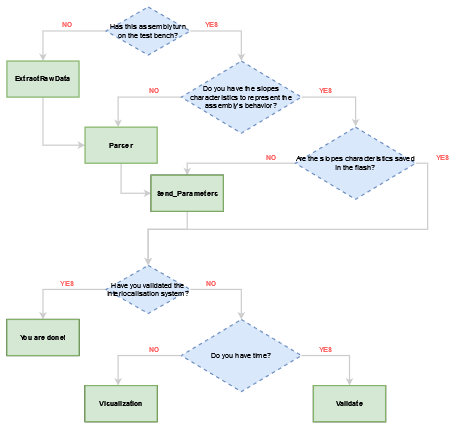
SwarmUS/TestBench-Python keeps this draw.io diagram as img/calibration_flow.png. Above is the earlier version. Source tidied: cells renumbered, new cells last; positions are measured from the earlier drawing's top-left corner, leaving out a move shared by most shapes.
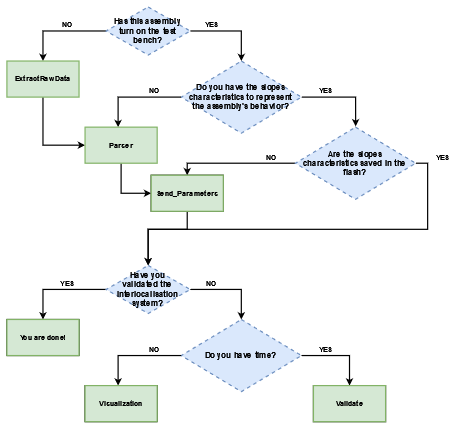
Above is the later version.

Change to the diagram source:
```diff
@@ -2,54 +2,54 @@
   <root>
     <mxCell id="0" />
     <mxCell id="1" parent="0" />
-    <mxCell id="2" style="edgeStyle=orthogonalEdgeStyle;rounded=0;jettySize=auto;html=1;entryX=0.5;entryY=0;entryDx=0;entryDy=0;strokeWidth=2;strokeColor=#CCCCCC;" parent="1" edge="1" source="4" target="6">
+    <mxCell id="2" style="edgeStyle=orthogonalEdgeStyle;rounded=0;jettySize=auto;html=1;entryX=0.5;entryY=0;entryDx=0;entryDy=0;strokeWidth=2;strokeColor=#000000;fontColor=#000000;" parent="1" edge="1" source="4" target="6">
       <mxGeometry relative="1" as="geometry" />
     </mxCell>
-    <mxCell id="3" style="edgeStyle=orthogonalEdgeStyle;rounded=0;jettySize=auto;html=1;exitX=1;exitY=0.5;exitDx=0;exitDy=0;strokeWidth=2;strokeColor=#CCCCCC;" parent="1" edge="1" source="4">
+    <mxCell id="3" style="edgeStyle=orthogonalEdgeStyle;rounded=0;jettySize=auto;html=1;exitX=1;exitY=0.5;exitDx=0;exitDy=0;strokeWidth=2;strokeColor=#000000;fontColor=#000000;" parent="1" edge="1" source="4">
       <mxGeometry relative="1" as="geometry">
         <mxPoint x="390" y="90" as="targetPoint" />
       </mxGeometry>
     </mxCell>
-    <mxCell id="4" value="Has this assembly turn on the test bench?" style="rhombus;whiteSpace=wrap;html=1;dashed=1;strokeWidth=2;fillColor=#dae8fc;strokeColor=#6c8ebf;" parent="1" vertex="1">
+    <mxCell id="4" value="Has this assembly turn on the test bench?" style="rhombus;dashed=1;strokeWidth=2;fillColor=#dae8fc;strokeColor=#6c8ebf;fontStyle=1;verticalAlign=middle;fontSize=13;html=1;whiteSpace=wrap;spacingLeft=10;spacingRight=12;fontColor=#000000;" parent="1" vertex="1">
       <mxGeometry x="165" width="140" height="80" as="geometry" />
     </mxCell>
-    <mxCell id="5" style="edgeStyle=orthogonalEdgeStyle;rounded=0;jettySize=auto;html=1;exitX=0.5;exitY=1;exitDx=0;exitDy=0;entryX=0;entryY=0.5;entryDx=0;entryDy=0;strokeWidth=2;strokeColor=#CCCCCC;" parent="1" edge="1" source="6" target="15">
+    <mxCell id="5" style="edgeStyle=orthogonalEdgeStyle;rounded=0;jettySize=auto;html=1;exitX=0.5;exitY=1;exitDx=0;exitDy=0;entryX=0;entryY=0.5;entryDx=0;entryDy=0;strokeWidth=2;strokeColor=#000000;fontColor=#000000;" parent="1" edge="1" source="6" target="15">
       <mxGeometry relative="1" as="geometry" />
     </mxCell>
-    <mxCell id="6" value="ExtractRawData" style="rounded=0;whiteSpace=wrap;html=1;strokeWidth=2;fontStyle=1;fillColor=#d5e8d4;strokeColor=#82b366;" parent="1" vertex="1">
+    <mxCell id="6" value="ExtractRawData" style="rounded=0;whiteSpace=wrap;html=1;strokeWidth=2;fontStyle=1;fillColor=#d5e8d4;strokeColor=#82b366;fontColor=#000000;" parent="1" vertex="1">
       <mxGeometry y="90" width="120" height="60" as="geometry" />
     </mxCell>
-    <mxCell id="7" value="NO" style="text;html=1;align=center;verticalAlign=middle;strokeColor=none;fillColor=none;fontColor=#FF6666;fontStyle=1;" parent="1" vertex="1">
+    <mxCell id="7" value="NO" style="text;html=1;align=center;verticalAlign=middle;strokeColor=none;fillColor=none;fontColor=#000000;fontStyle=1;" parent="1" vertex="1">
       <mxGeometry x="85" y="20" width="30" height="20" as="geometry" />
     </mxCell>
-    <mxCell id="8" value="YES" style="text;html=1;align=center;verticalAlign=middle;strokeColor=none;fillColor=none;fontColor=#FF6666;fontStyle=1;" parent="1" vertex="1">
+    <mxCell id="8" value="YES" style="text;html=1;align=center;verticalAlign=middle;strokeColor=none;fillColor=none;fontColor=#000000;fontStyle=1;" parent="1" vertex="1">
       <mxGeometry x="320" y="20" width="40" height="20" as="geometry" />
     </mxCell>
-    <mxCell id="9" style="edgeStyle=orthogonalEdgeStyle;rounded=0;jettySize=auto;html=1;exitX=1;exitY=0.5;exitDx=0;exitDy=0;entryX=0.501;entryY=-0.011;entryDx=0;entryDy=0;entryPerimeter=0;strokeWidth=2;strokeColor=#CCCCCC;" parent="1" edge="1" source="10" target="18">
+    <mxCell id="9" style="edgeStyle=orthogonalEdgeStyle;rounded=0;jettySize=auto;html=1;exitX=1;exitY=0.5;exitDx=0;exitDy=0;entryX=0.501;entryY=-0.011;entryDx=0;entryDy=0;entryPerimeter=0;strokeWidth=2;strokeColor=#000000;fontColor=#000000;" parent="1" edge="1" source="10" target="18">
       <mxGeometry relative="1" as="geometry" />
     </mxCell>
-    <mxCell id="10" value="Do you have the slopes characteristics to represent the assembly's behavior?" style="rhombus;whiteSpace=wrap;html=1;dashed=1;strokeWidth=2;fillColor=#dae8fc;strokeColor=#6c8ebf;" parent="1" vertex="1">
+    <mxCell id="10" value="Do you have the slopes characteristics to represent the assembly's behavior?" style="rhombus;dashed=1;strokeWidth=2;fillColor=#dae8fc;strokeColor=#6c8ebf;fontStyle=1;verticalAlign=middle;fontSize=13;html=1;whiteSpace=wrap;spacingLeft=10;spacingRight=12;fontColor=#000000;" parent="1" vertex="1">
       <mxGeometry x="290" y="90" width="200" height="120" as="geometry" />
     </mxCell>
-    <mxCell id="11" style="edgeStyle=orthogonalEdgeStyle;rounded=0;orthogonalLoop=1;jettySize=auto;html=1;entryX=0.5;entryY=0;entryDx=0;entryDy=0;strokeWidth=2;strokeColor=#CCCCCC;" parent="1" edge="1">
+    <mxCell id="11" style="edgeStyle=orthogonalEdgeStyle;rounded=0;orthogonalLoop=1;jettySize=auto;html=1;entryX=0.5;entryY=0;entryDx=0;entryDy=0;strokeWidth=2;strokeColor=#000000;fontColor=#000000;" parent="1" edge="1">
       <mxGeometry relative="1" as="geometry">
         <mxPoint x="290" y="150" as="sourcePoint" />
         <mxPoint x="185" y="200" as="targetPoint" />
       </mxGeometry>
     </mxCell>
-    <mxCell id="12" value="NO" style="text;html=1;align=center;verticalAlign=middle;strokeColor=none;fillColor=none;fontColor=#FF6666;fontStyle=1;" parent="1" vertex="1">
+    <mxCell id="12" value="NO" style="text;html=1;align=center;verticalAlign=middle;strokeColor=none;fillColor=none;fontColor=#000000;fontStyle=1;" parent="1" vertex="1">
       <mxGeometry x="230" y="130" width="30" height="20" as="geometry" />
     </mxCell>
-    <mxCell id="13" value="YES" style="text;html=1;align=center;verticalAlign=middle;strokeColor=none;fillColor=none;fontColor=#FF6666;fontStyle=1;" parent="1" vertex="1">
+    <mxCell id="13" value="YES" style="text;html=1;align=center;verticalAlign=middle;strokeColor=none;fillColor=none;fontColor=#000000;fontStyle=1;" parent="1" vertex="1">
       <mxGeometry x="510" y="130" width="40" height="20" as="geometry" />
     </mxCell>
-    <mxCell id="14" style="edgeStyle=orthogonalEdgeStyle;rounded=0;jettySize=auto;html=1;exitX=0.5;exitY=1;exitDx=0;exitDy=0;entryX=0;entryY=0.5;entryDx=0;entryDy=0;strokeWidth=2;strokeColor=#CCCCCC;" parent="1" edge="1" source="15" target="22">
+    <mxCell id="14" style="edgeStyle=orthogonalEdgeStyle;rounded=0;jettySize=auto;html=1;exitX=0.5;exitY=1;exitDx=0;exitDy=0;entryX=0;entryY=0.5;entryDx=0;entryDy=0;strokeWidth=2;strokeColor=#000000;fontColor=#000000;" parent="1" edge="1" source="15" target="22">
       <mxGeometry relative="1" as="geometry" />
     </mxCell>
-    <mxCell id="15" value="Parser" style="rounded=0;whiteSpace=wrap;html=1;strokeWidth=2;fontStyle=1;fillColor=#d5e8d4;strokeColor=#82b366;" parent="1" vertex="1">
+    <mxCell id="15" value="Parser" style="rounded=0;whiteSpace=wrap;html=1;strokeWidth=2;fontStyle=1;fillColor=#d5e8d4;strokeColor=#82b366;fontColor=#000000;" parent="1" vertex="1">
       <mxGeometry x="130" y="200" width="120" height="60" as="geometry" />
     </mxCell>
-    <mxCell id="16" style="edgeStyle=orthogonalEdgeStyle;rounded=0;jettySize=auto;html=1;exitX=1;exitY=0.5;exitDx=0;exitDy=0;strokeWidth=2;entryX=0.5;entryY=0;entryDx=0;entryDy=0;strokeColor=#CCCCCC;" parent="1" edge="1" source="18" target="25">
+    <mxCell id="16" style="edgeStyle=orthogonalEdgeStyle;rounded=0;jettySize=auto;html=1;exitX=1;exitY=0.5;exitDx=0;exitDy=0;strokeWidth=2;entryX=0.5;entryY=0;entryDx=0;entryDy=0;strokeColor=#000000;fontColor=#000000;" parent="1" edge="1" source="18" target="25">
       <mxGeometry relative="1" as="geometry">
         <Array as="points">
           <mxPoint x="700" y="260" />
@@ -58,19 +58,19 @@
         </Array>
       </mxGeometry>
     </mxCell>
-    <mxCell id="17" style="edgeStyle=orthogonalEdgeStyle;rounded=0;jettySize=auto;html=1;exitX=0;exitY=0.5;exitDx=0;exitDy=0;entryX=0.5;entryY=0;entryDx=0;entryDy=0;strokeWidth=2;strokeColor=#CCCCCC;" parent="1" edge="1" source="18" target="22">
+    <mxCell id="17" style="edgeStyle=orthogonalEdgeStyle;rounded=0;jettySize=auto;html=1;exitX=0;exitY=0.5;exitDx=0;exitDy=0;entryX=0.5;entryY=0;entryDx=0;entryDy=0;strokeWidth=2;strokeColor=#000000;fontColor=#000000;" parent="1" edge="1" source="18" target="22">
       <mxGeometry relative="1" as="geometry" />
     </mxCell>
-    <mxCell id="18" value="Are the slopes characteristics saved in the flash?" style="rhombus;whiteSpace=wrap;html=1;dashed=1;strokeWidth=2;fillColor=#dae8fc;strokeColor=#6c8ebf;" parent="1" vertex="1">
+    <mxCell id="18" value="Are the slopes characteristics saved in the flash?" style="rhombus;dashed=1;strokeWidth=2;fillColor=#dae8fc;strokeColor=#6c8ebf;fontStyle=1;verticalAlign=middle;fontSize=13;html=1;whiteSpace=wrap;spacingLeft=10;spacingRight=12;fontColor=#000000;" parent="1" vertex="1">
       <mxGeometry x="480" y="200" width="200" height="120" as="geometry" />
     </mxCell>
-    <mxCell id="19" value="NO" style="text;html=1;align=center;verticalAlign=middle;strokeColor=none;fillColor=none;fontColor=#FF6666;fontStyle=1;" parent="1" vertex="1">
+    <mxCell id="19" value="NO" style="text;html=1;align=center;verticalAlign=middle;strokeColor=none;fillColor=none;fontColor=#000000;fontStyle=1;" parent="1" vertex="1">
       <mxGeometry x="425" y="240" width="30" height="20" as="geometry" />
     </mxCell>
-    <mxCell id="20" value="YES" style="text;html=1;align=center;verticalAlign=middle;strokeColor=none;fillColor=none;fontColor=#FF6666;fontStyle=1;" parent="1" vertex="1">
+    <mxCell id="20" value="YES" style="text;html=1;align=center;verticalAlign=middle;strokeColor=none;fillColor=none;fontColor=#000000;fontStyle=1;" parent="1" vertex="1">
       <mxGeometry x="705" y="240" width="40" height="20" as="geometry" />
     </mxCell>
-    <mxCell id="21" style="edgeStyle=orthogonalEdgeStyle;rounded=0;jettySize=auto;html=1;exitX=0.5;exitY=1;exitDx=0;exitDy=0;strokeWidth=2;entryX=0.5;entryY=0;entryDx=0;entryDy=0;strokeColor=#CCCCCC;" parent="1" edge="1" source="22" target="25">
+    <mxCell id="21" style="edgeStyle=orthogonalEdgeStyle;rounded=0;jettySize=auto;html=1;exitX=0.5;exitY=1;exitDx=0;exitDy=0;strokeWidth=2;entryX=0.5;entryY=0;entryDx=0;entryDy=0;strokeColor=#000000;fontColor=#000000;" parent="1" edge="1" source="22" target="25">
       <mxGeometry relative="1" as="geometry">
         <Array as="points">
           <mxPoint x="300" y="370" />
@@ -78,63 +78,63 @@
         </Array>
       </mxGeometry>
     </mxCell>
-    <mxCell id="22" value="Send_Parameters" style="rounded=0;whiteSpace=wrap;html=1;strokeWidth=2;fontStyle=1;" parent="1" vertex="1">
+    <mxCell id="22" value="Send_Parameters" style="rounded=0;whiteSpace=wrap;html=1;strokeWidth=2;fontStyle=1;fontColor=#000000;" parent="1" vertex="1">
       <mxGeometry x="240" y="280" width="120" height="60" as="geometry" />
     </mxCell>
-    <mxCell id="23" style="edgeStyle=orthogonalEdgeStyle;rounded=0;jettySize=auto;html=1;entryX=0.5;entryY=0;entryDx=0;entryDy=0;strokeWidth=2;strokeColor=#CCCCCC;" parent="1" edge="1" source="25" target="26">
+    <mxCell id="23" style="edgeStyle=orthogonalEdgeStyle;rounded=0;jettySize=auto;html=1;entryX=0.5;entryY=0;entryDx=0;entryDy=0;strokeWidth=2;strokeColor=#000000;fontColor=#000000;" parent="1" edge="1" source="25" target="26">
       <mxGeometry relative="1" as="geometry" />
     </mxCell>
-    <mxCell id="24" style="edgeStyle=orthogonalEdgeStyle;rounded=0;jettySize=auto;html=1;exitX=1;exitY=0.5;exitDx=0;exitDy=0;strokeWidth=2;strokeColor=#CCCCCC;" parent="1" edge="1" source="25">
+    <mxCell id="24" style="edgeStyle=orthogonalEdgeStyle;rounded=0;jettySize=auto;html=1;exitX=1;exitY=0.5;exitDx=0;exitDy=0;strokeWidth=2;strokeColor=#000000;fontColor=#000000;" parent="1" edge="1" source="25">
       <mxGeometry relative="1" as="geometry">
         <mxPoint x="390" y="520" as="targetPoint" />
       </mxGeometry>
     </mxCell>
-    <mxCell id="25" value="Have you validated the interlocalisation system?" style="rhombus;whiteSpace=wrap;html=1;dashed=1;strokeWidth=2;fillColor=#dae8fc;strokeColor=#6c8ebf;" parent="1" vertex="1">
+    <mxCell id="25" value="Have you validated the interlocalisation system?" style="rhombus;dashed=1;strokeWidth=2;fillColor=#dae8fc;strokeColor=#6c8ebf;fontStyle=1;verticalAlign=middle;fontSize=13;html=1;whiteSpace=wrap;spacingLeft=10;spacingRight=12;fontColor=#000000;" parent="1" vertex="1">
       <mxGeometry x="165" y="430" width="140" height="80" as="geometry" />
     </mxCell>
-    <mxCell id="26" value="You are done!" style="rounded=0;whiteSpace=wrap;html=1;strokeWidth=2;fontStyle=1;" parent="1" vertex="1">
+    <mxCell id="26" value="You are done!" style="rounded=0;whiteSpace=wrap;html=1;strokeWidth=2;fontStyle=1;fontColor=#000000;" parent="1" vertex="1">
       <mxGeometry y="520" width="120" height="60" as="geometry" />
     </mxCell>
-    <mxCell id="27" value="YES" style="text;html=1;align=center;verticalAlign=middle;strokeColor=none;fillColor=none;fontColor=#FF6666;fontStyle=1;" parent="1" vertex="1">
+    <mxCell id="27" value="YES" style="text;html=1;align=center;verticalAlign=middle;strokeColor=none;fillColor=none;fontColor=#000000;fontStyle=1;" parent="1" vertex="1">
       <mxGeometry x="80" y="450" width="40" height="20" as="geometry" />
     </mxCell>
-    <mxCell id="28" value="NO" style="text;html=1;align=center;verticalAlign=middle;strokeColor=none;fillColor=none;fontColor=#FF6666;fontStyle=1;" parent="1" vertex="1">
+    <mxCell id="28" value="NO" style="text;html=1;align=center;verticalAlign=middle;strokeColor=none;fillColor=none;fontColor=#000000;fontStyle=1;" parent="1" vertex="1">
       <mxGeometry x="325" y="450" width="30" height="20" as="geometry" />
     </mxCell>
-    <mxCell id="29" style="edgeStyle=orthogonalEdgeStyle;rounded=0;jettySize=auto;html=1;exitX=1;exitY=0.5;exitDx=0;exitDy=0;entryX=0.5;entryY=0;entryDx=0;entryDy=0;strokeWidth=2;strokeColor=#CCCCCC;" parent="1" edge="1" source="30" target="35">
+    <mxCell id="29" style="edgeStyle=orthogonalEdgeStyle;rounded=0;jettySize=auto;html=1;exitX=1;exitY=0.5;exitDx=0;exitDy=0;entryX=0.5;entryY=0;entryDx=0;entryDy=0;strokeWidth=2;strokeColor=#000000;fontColor=#000000;" parent="1" edge="1" source="30" target="35">
       <mxGeometry relative="1" as="geometry" />
     </mxCell>
-    <mxCell id="30" value="Do you have time?" style="rhombus;whiteSpace=wrap;html=1;dashed=1;strokeWidth=2;fillColor=#dae8fc;strokeColor=#6c8ebf;" parent="1" vertex="1">
+    <mxCell id="30" value="Do you have time?" style="rhombus;dashed=1;strokeWidth=2;fillColor=#dae8fc;strokeColor=#6c8ebf;fontStyle=1;verticalAlign=middle;fontSize=13;html=1;whiteSpace=wrap;spacingLeft=10;spacingRight=12;fontColor=#000000;" parent="1" vertex="1">
       <mxGeometry x="290" y="520" width="200" height="120" as="geometry" />
     </mxCell>
-    <mxCell id="31" style="edgeStyle=orthogonalEdgeStyle;rounded=0;orthogonalLoop=1;jettySize=auto;html=1;entryX=0.5;entryY=0;entryDx=0;entryDy=0;strokeWidth=2;strokeColor=#CCCCCC;" parent="1" edge="1">
+    <mxCell id="31" style="edgeStyle=orthogonalEdgeStyle;rounded=0;orthogonalLoop=1;jettySize=auto;html=1;entryX=0.5;entryY=0;entryDx=0;entryDy=0;strokeWidth=2;strokeColor=#000000;fontColor=#000000;" parent="1" edge="1">
       <mxGeometry relative="1" as="geometry">
         <mxPoint x="290" y="580" as="sourcePoint" />
         <mxPoint x="185" y="630" as="targetPoint" />
       </mxGeometry>
     </mxCell>
-    <mxCell id="32" value="NO" style="text;html=1;align=center;verticalAlign=middle;strokeColor=none;fillColor=none;fontColor=#FF6666;fontStyle=1;" parent="1" vertex="1">
+    <mxCell id="32" value="NO" style="text;html=1;align=center;verticalAlign=middle;strokeColor=none;fillColor=none;fontColor=#000000;fontStyle=1;" parent="1" vertex="1">
       <mxGeometry x="230" y="560" width="30" height="20" as="geometry" />
     </mxCell>
-    <mxCell id="33" value="YES" style="text;html=1;align=center;verticalAlign=middle;strokeColor=none;fillColor=none;fontColor=#FF6666;fontStyle=1;" parent="1" vertex="1">
+    <mxCell id="33" value="YES" style="text;html=1;align=center;verticalAlign=middle;strokeColor=none;fillColor=none;fontColor=#000000;fontStyle=1;" parent="1" vertex="1">
       <mxGeometry x="510" y="560" width="40" height="20" as="geometry" />
     </mxCell>
-    <mxCell id="34" value="Visualization" style="rounded=0;whiteSpace=wrap;html=1;strokeWidth=2;fontStyle=1;" parent="1" vertex="1">
+    <mxCell id="34" value="Visualization" style="rounded=0;whiteSpace=wrap;html=1;strokeWidth=2;fontStyle=1;fontColor=#000000;" parent="1" vertex="1">
       <mxGeometry x="130" y="630" width="120" height="60" as="geometry" />
     </mxCell>
-    <mxCell id="35" value="Validate" style="rounded=0;whiteSpace=wrap;html=1;strokeWidth=2;fontStyle=1;" parent="1" vertex="1">
+    <mxCell id="35" value="Validate" style="rounded=0;whiteSpace=wrap;html=1;strokeWidth=2;fontStyle=1;fontColor=#000000;" parent="1" vertex="1">
       <mxGeometry x="510" y="630" width="120" height="60" as="geometry" />
     </mxCell>
-    <mxCell id="36" value="Validate" style="rounded=0;whiteSpace=wrap;html=1;strokeWidth=2;fontStyle=1;fillColor=#d5e8d4;strokeColor=#82b366;" parent="1" vertex="1">
+    <mxCell id="36" value="Validate" style="rounded=0;whiteSpace=wrap;html=1;strokeWidth=2;fontStyle=1;fillColor=#d5e8d4;strokeColor=#82b366;fontColor=#000000;" parent="1" vertex="1">
       <mxGeometry x="510" y="630" width="120" height="60" as="geometry" />
     </mxCell>
-    <mxCell id="37" value="Visualization" style="rounded=0;whiteSpace=wrap;html=1;strokeWidth=2;fontStyle=1;fillColor=#d5e8d4;strokeColor=#82b366;" parent="1" vertex="1">
+    <mxCell id="37" value="Visualization" style="rounded=0;whiteSpace=wrap;html=1;strokeWidth=2;fontStyle=1;fillColor=#d5e8d4;strokeColor=#82b366;fontColor=#000000;" parent="1" vertex="1">
       <mxGeometry x="130" y="630" width="120" height="60" as="geometry" />
     </mxCell>
-    <mxCell id="38" value="You are done!" style="rounded=0;whiteSpace=wrap;html=1;strokeWidth=2;fontStyle=1;fillColor=#d5e8d4;strokeColor=#82b366;" parent="1" vertex="1">
+    <mxCell id="38" value="You are done!" style="rounded=0;whiteSpace=wrap;html=1;strokeWidth=2;fontStyle=1;fillColor=#d5e8d4;strokeColor=#82b366;fontColor=#000000;" parent="1" vertex="1">
       <mxGeometry y="520" width="120" height="60" as="geometry" />
     </mxCell>
-    <mxCell id="39" value="Send_Parameters" style="rounded=0;whiteSpace=wrap;html=1;strokeWidth=2;fontStyle=1;fillColor=#d5e8d4;strokeColor=#82b366;" parent="1" vertex="1">
+    <mxCell id="39" value="Send_Parameters" style="rounded=0;whiteSpace=wrap;html=1;strokeWidth=2;fontStyle=1;fillColor=#d5e8d4;strokeColor=#82b366;fontColor=#000000;" parent="1" vertex="1">
       <mxGeometry x="240" y="280" width="120" height="60" as="geometry" />
     </mxCell>
   </root>
```
